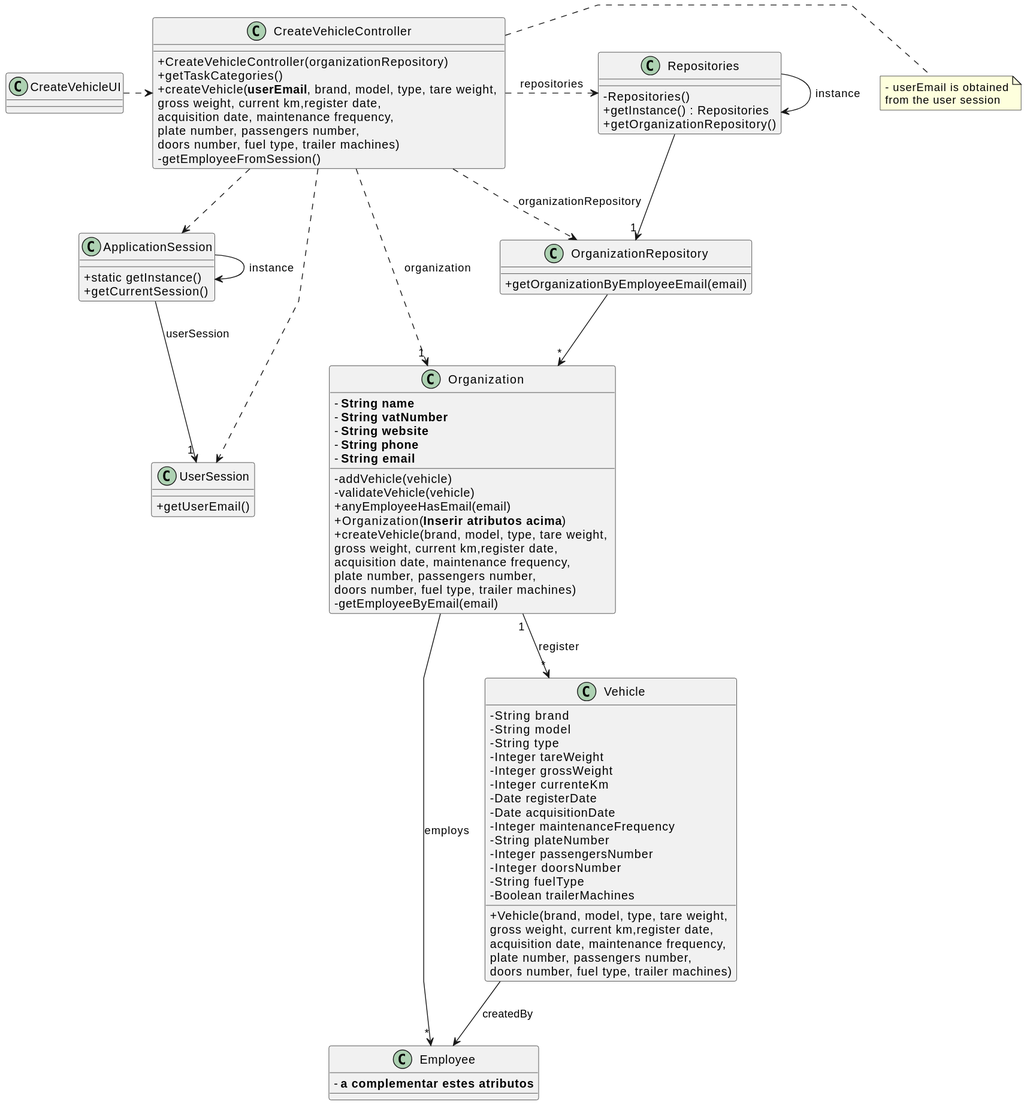
Before: docs/sprintB/us06/03.design/svg/us06-class-diagram.svg, a diagram exported from PlantUML (Paulo-Pereira-at-ISEP/lei-24-s2-1nanb-g321).
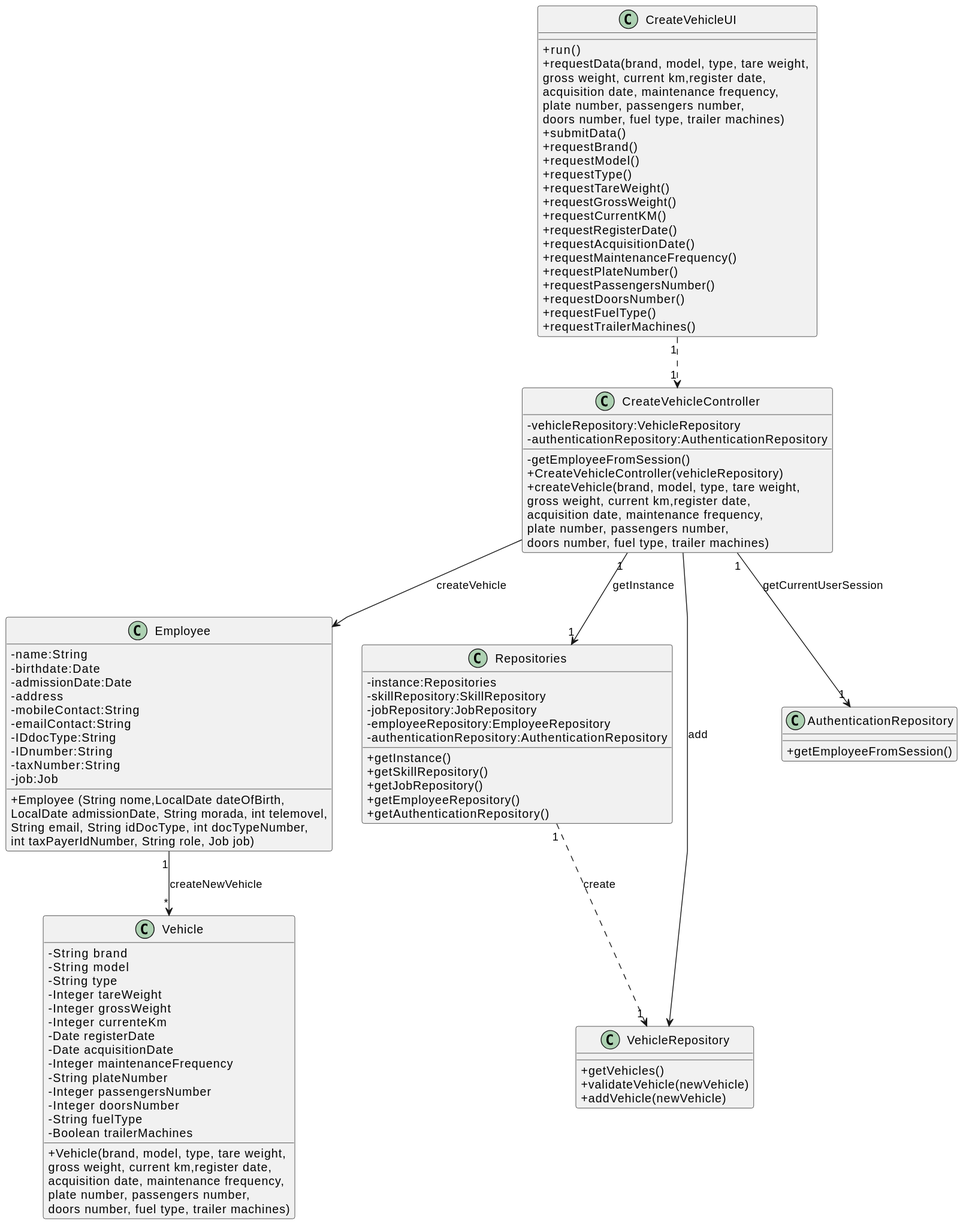
After the commit.

Commit message:
LGGPM-126 - Update Class Diagram

The edit, as a diff of the source:
```diff
@@ -6,19 +6,73 @@
 skinparam classAttributeIconSize 0
 
 
-class ApplicationSession
-{
-    + static getInstance()
-    + getCurrentSession()
+class CreateVehicleUI {
+    +run()
+    +requestData(brand, model, type, tare weight, \ngross weight, current km,register date, \nacquisition date, maintenance frequency, \nplate number, passengers number,\ndoors number, fuel type, trailer machines)
+    +submitData()
+    +requestBrand()
+    +requestModel()
+    +requestType()
+    +requestTareWeight()
+    +requestGrossWeight()
+    +requestCurrentKM()
+    +requestRegisterDate()
+    +requestAcquisitionDate()
+    +requestMaintenanceFrequency()
+    +requestPlateNumber()
+    +requestPassengersNumber()
+    +requestDoorsNumber()
+    +requestFuelType()
+    +requestTrailerMachines()
 }
 
-class UserSession
-{
-    + getUserEmail()
+class CreateVehicleController {
+    - vehicleRepository:VehicleRepository
+    - authenticationRepository:AuthenticationRepository
+
+    - getEmployeeFromSession()
+    + CreateVehicleController(vehicleRepository)
+    + createVehicle(brand, model, type, tare weight, \ngross weight, current km,register date, \nacquisition date, maintenance frequency, \nplate number, passengers number,\ndoors number, fuel type, trailer machines)
 }
 
-class Employee {
-    - **a complementar estes atributos**
+class Employee{
+    -name:String
+    -birthdate:Date
+    -admissionDate:Date
+    -address
+    -mobileContact:String
+    -emailContact:String
+    -IDdocType:String
+    -IDnumber:String
+    -taxNumber:String
+    -job:Job
+
+    +Employee (String nome,LocalDate dateOfBirth,\nLocalDate admissionDate, String morada, int telemovel,\nString email, String idDocType, int docTypeNumber,\nint taxPayerIdNumber, String role, Job job)
+}
+
+class Repositories{
+    - instance:Repositories
+    - skillRepository:SkillRepository
+    - jobRepository:JobRepository
+    - employeeRepository:EmployeeRepository
+    -authenticationRepository:AuthenticationRepository
+
+
+    + getInstance()
+    + getSkillRepository()
+    + getJobRepository()
+    + getEmployeeRepository()
+    + getAuthenticationRepository()
+}
+
+class VehicleRepository{
+    + getVehicles()
+    + validateVehicle(newVehicle)
+    + addVehicle(newVehicle)
+}
+
+class AuthenticationRepository{
+    + getEmployeeFromSession()
 }
 
 class Vehicle {
@@ -40,65 +94,16 @@
     + Vehicle(brand, model, type, tare weight, \ngross weight, current km,register date, \nacquisition date, maintenance frequency, \nplate number, passengers number,\ndoors number, fuel type, trailer machines)
 }
 
-class Organization {
-    - **String name**
-    - **String vatNumber**
-    - **String website**
-    - **String phone**
-    - **String email**
+CreateVehicleUI "1" ..> "1" CreateVehicleController
 
-    - addVehicle(vehicle)
-    - validateVehicle(vehicle)
-    + anyEmployeeHasEmail(email)
-    + Organization(**Inserir atributos acima**)
-    + createVehicle(brand, model, type, tare weight, \ngross weight, current km,register date, \nacquisition date, maintenance frequency, \nplate number, passengers number,\ndoors number, fuel type, trailer machines)
-    - getEmployeeByEmail(email)
-}
+CreateVehicleController "1" --> "1" Repositories : getInstance
 
-class OrganizationRepository {
-    + getOrganizationByEmployeeEmail(email)
-}
+Repositories "1" ..> "1" VehicleRepository : create
 
-class Repositories {
-    - Repositories()
-    + getInstance() : Repositories
-    + getOrganizationRepository()
-}
+CreateVehicleController --> Employee : createVehicle
+CreateVehicleController "1" --> "1" AuthenticationRepository : getCurrentUserSession
 
-class CreateVehicleController {
-    + CreateVehicleController(organizationRepository)
-    + getTaskCategories()
-    + createVehicle(**userEmail**, brand, model, type, tare weight, \ngross weight, current km,register date, \nacquisition date, maintenance frequency, \nplate number, passengers number,\ndoors number, fuel type, trailer machines)
-    - getEmployeeFromSession()
-}
+Employee "1" --> "*" Vehicle : createNewVehicle
 
-note right of CreateVehicleController
-    - userEmail is obtained
-    from the user session
-end note
-
-class CreateVehicleUI {
-}
-
-Repositories -> Repositories : instance
-ApplicationSession -> ApplicationSession : instance
-
-CreateVehicleUI .> CreateVehicleController
-
-CreateVehicleController .> Repositories : repositories
-
-CreateVehicleController ..> OrganizationRepository : organizationRepository
-
-Repositories --> "1" OrganizationRepository
-
-OrganizationRepository --> "*" Organization
-ApplicationSession --> "1" UserSession : userSession
-
-CreateVehicleController ..> "1" Organization : organization
-CreateVehicleController ..> ApplicationSession
-CreateVehicleController ..> UserSession
-Organization "1" --> "*" Vehicle : register
-Vehicle --> Employee : createdBy
-
-Organization --> "*" Employee : employs
+CreateVehicleController --> VehicleRepository: add
 @enduml
```
